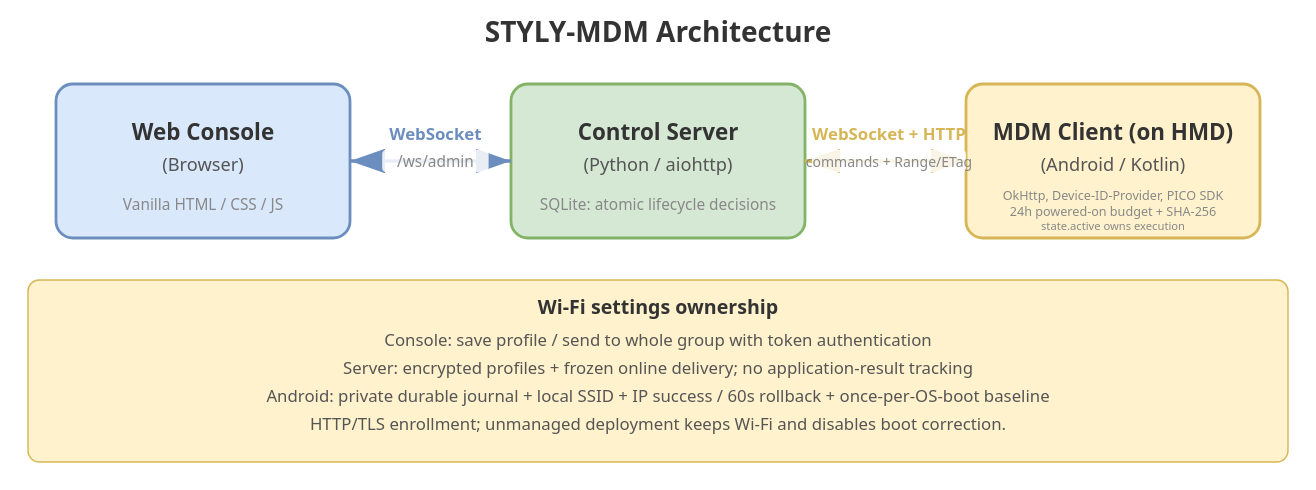
styly-dev/STYLY-MDM keeps this draw.io diagram as docs/architecture.drawio.svg. Above is the earlier version. Source tidied: cells renumbered, new cells last; positions are measured from the earlier drawing's top-left corner, leaving out a move shared by most shapes.
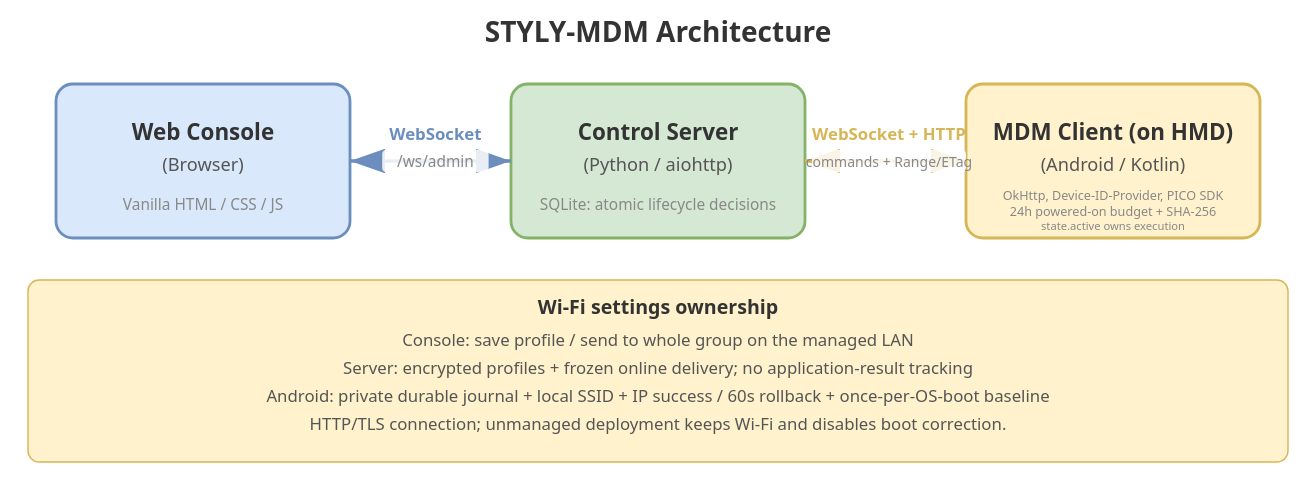
Later version of the same file.

The edit, as a diff of the source:
```diff
@@ -44,7 +44,7 @@
     <mxCell id="15" value="&lt;font style=&quot;font-size:16px&quot;&gt;&lt;b&gt;STYLY-MDM Architecture&lt;/b&gt;&lt;/font&gt;" style="text;html=1;align=center;verticalAlign=middle;" parent="1" vertex="1">
       <mxGeometry x="330" width="240" height="40" as="geometry" />
     </mxCell>
-    <mxCell id="16" value="&lt;b&gt;Wi-Fi settings ownership&lt;/b&gt;&lt;br&gt;Console: save profile / send to whole group with token authentication&lt;br&gt;Server: encrypted profiles + frozen online delivery; no application-result tracking&lt;br&gt;Android: private durable journal + local SSID + IP success / 60s rollback + once-per-OS-boot baseline&lt;br&gt;HTTP/TLS enrollment; unmanaged deployment keeps Wi-Fi and disables boot correction." style="rounded=1;whiteSpace=wrap;html=1;fillColor=#fff2cc;strokeColor=#d6b656;fontSize=12;align=center;" parent="1" vertex="1">
+    <mxCell id="16" value="&lt;b&gt;Wi-Fi settings ownership&lt;/b&gt;&lt;br&gt;Console: save profile / send to whole group on the managed LAN&lt;br&gt;Server: encrypted profiles + frozen online delivery; no application-result tracking&lt;br&gt;Android: private durable journal + local SSID + IP success / 60s rollback + once-per-OS-boot baseline&lt;br&gt;HTTP/TLS connection; unmanaged deployment keeps Wi-Fi and disables boot correction." style="rounded=1;whiteSpace=wrap;html=1;fillColor=#fff2cc;strokeColor=#d6b656;fontSize=12;align=center;" parent="1" vertex="1">
       <mxGeometry y="180" width="900" height="130" as="geometry" />
     </mxCell>
   </root>
```
